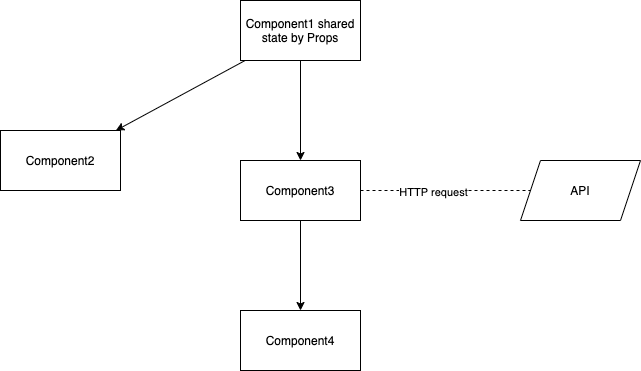
AnthoGdn/labo_redux_vs_react-context keeps this draw.io diagram as doc/shared-with-props.drawio.png. Above is the earlier version. Source tidied: cells renumbered, new cells last; positions are measured from the earlier drawing's top-left corner, leaving out a move shared by most shapes. The source it was exported from:
```xml
<mxGraphModel>
  <root>
    <mxCell id="0" />
    <mxCell id="1" parent="0" />
    <mxCell id="2" style="rounded=0;jettySize=auto;html=1;" parent="1" edge="1" source="4" target="9">
      <mxGeometry relative="1" as="geometry" />
    </mxCell>
    <mxCell id="3" style="edgeStyle=none;rounded=0;jettySize=auto;html=1;" parent="1" edge="1" source="4" target="5">
      <mxGeometry relative="1" as="geometry" />
    </mxCell>
    <mxCell id="4" value="Component1 shared state by Props" style="rounded=0;whiteSpace=wrap;html=1;" parent="1" vertex="1">
      <mxGeometry x="240" width="120" height="60" as="geometry" />
    </mxCell>
    <mxCell id="5" value="Component2" style="rounded=0;whiteSpace=wrap;html=1;" parent="1" vertex="1">
      <mxGeometry y="130" width="120" height="60" as="geometry" />
    </mxCell>
    <mxCell id="6" style="edgeStyle=none;rounded=0;jettySize=auto;html=1;" parent="1" edge="1" source="9" target="10">
      <mxGeometry relative="1" as="geometry" />
    </mxCell>
    <mxCell id="7" style="edgeStyle=none;rounded=0;jettySize=auto;html=1;endArrow=none;endFill=0;dashed=1;" parent="1" edge="1" source="9" target="11">
      <mxGeometry relative="1" as="geometry" />
    </mxCell>
    <mxCell id="8" value="HTTP request" style="edgeLabel;html=1;align=center;verticalAlign=middle;" parent="7" vertex="1">
      <mxGeometry x="-0.15" y="-1" relative="1" as="geometry" />
    </mxCell>
    <mxCell id="9" value="Component3" style="rounded=0;whiteSpace=wrap;html=1;" parent="1" vertex="1">
      <mxGeometry x="240" y="160" width="120" height="60" as="geometry" />
    </mxCell>
    <mxCell id="10" value="Component4" style="rounded=0;whiteSpace=wrap;html=1;" parent="1" vertex="1">
      <mxGeometry x="240" y="310" width="120" height="60" as="geometry" />
    </mxCell>
    <mxCell id="11" value="API" style="shape=parallelogram;perimeter=parallelogramPerimeter;whiteSpace=wrap;html=1;fixedSize=1;" parent="1" vertex="1">
      <mxGeometry x="520" y="160" width="120" height="60" as="geometry" />
    </mxCell>
  </root>
</mxGraphModel>
```
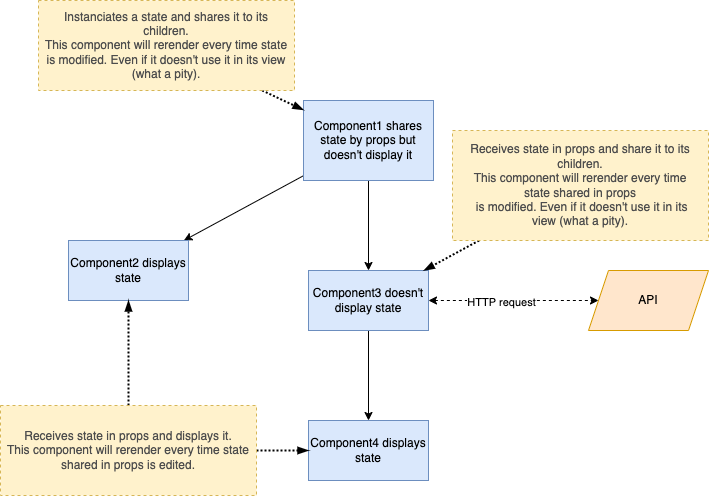
The same diagram one commit later.

What changed in the source:
```diff
@@ -8,29 +8,50 @@
     <mxCell id="3" style="edgeStyle=none;rounded=0;jettySize=auto;html=1;" parent="1" edge="1" source="4" target="5">
       <mxGeometry relative="1" as="geometry" />
     </mxCell>
-    <mxCell id="4" value="Component1 shared state by Props" style="rounded=0;whiteSpace=wrap;html=1;" parent="1" vertex="1">
-      <mxGeometry x="240" width="120" height="60" as="geometry" />
+    <mxCell id="4" value="Component1 shares state by props but doesn't display it" style="rounded=0;whiteSpace=wrap;html=1;fillColor=#dae8fc;strokeColor=#6c8ebf;" parent="1" vertex="1">
+      <mxGeometry x="235" y="-10" width="130" height="80" as="geometry" />
     </mxCell>
-    <mxCell id="5" value="Component2" style="rounded=0;whiteSpace=wrap;html=1;" parent="1" vertex="1">
+    <mxCell id="5" value="Component2 displays state" style="rounded=0;whiteSpace=wrap;html=1;fillColor=#dae8fc;strokeColor=#6c8ebf;" parent="1" vertex="1">
       <mxGeometry y="130" width="120" height="60" as="geometry" />
     </mxCell>
     <mxCell id="6" style="edgeStyle=none;rounded=0;jettySize=auto;html=1;" parent="1" edge="1" source="9" target="10">
       <mxGeometry relative="1" as="geometry" />
     </mxCell>
-    <mxCell id="7" style="edgeStyle=none;rounded=0;jettySize=auto;html=1;endArrow=none;endFill=0;dashed=1;" parent="1" edge="1" source="9" target="11">
+    <mxCell id="7" style="edgeStyle=none;rounded=0;jettySize=auto;html=1;endArrow=classic;endFill=1;dashed=1;startArrow=classic;startFill=1;" parent="1" edge="1" source="9" target="11">
       <mxGeometry relative="1" as="geometry" />
     </mxCell>
     <mxCell id="8" value="HTTP request" style="edgeLabel;html=1;align=center;verticalAlign=middle;" parent="7" vertex="1">
       <mxGeometry x="-0.15" y="-1" relative="1" as="geometry" />
     </mxCell>
-    <mxCell id="9" value="Component3" style="rounded=0;whiteSpace=wrap;html=1;" parent="1" vertex="1">
+    <mxCell id="9" value="Component3 doesn't display state" style="rounded=0;whiteSpace=wrap;html=1;fillColor=#dae8fc;strokeColor=#6c8ebf;" parent="1" vertex="1">
       <mxGeometry x="240" y="160" width="120" height="60" as="geometry" />
     </mxCell>
-    <mxCell id="10" value="Component4" style="rounded=0;whiteSpace=wrap;html=1;" parent="1" vertex="1">
+    <mxCell id="10" value="Component4 displays state" style="rounded=0;whiteSpace=wrap;html=1;fillColor=#dae8fc;strokeColor=#6c8ebf;" parent="1" vertex="1">
       <mxGeometry x="240" y="310" width="120" height="60" as="geometry" />
     </mxCell>
-    <mxCell id="11" value="API" style="shape=parallelogram;perimeter=parallelogramPerimeter;whiteSpace=wrap;html=1;fixedSize=1;" parent="1" vertex="1">
+    <mxCell id="11" value="API" style="shape=parallelogram;perimeter=parallelogramPerimeter;whiteSpace=wrap;html=1;fixedSize=1;fillColor=#ffe6cc;strokeColor=#d79b00;" parent="1" vertex="1">
       <mxGeometry x="520" y="160" width="120" height="60" as="geometry" />
     </mxCell>
+    <mxCell id="12" style="rounded=0;jettySize=auto;html=1;fontColor=#4D4D4D;strokeWidth=2;dashed=1;dashPattern=1 1;endArrow=blockThin;endFill=1;" parent="1" edge="1" source="13" target="4">
+      <mxGeometry relative="1" as="geometry" />
+    </mxCell>
+    <mxCell id="13" value="&lt;span style=&quot;text-align: left&quot;&gt;Instanciates a state and shares it to its children.&lt;/span&gt;&lt;br style=&quot;text-align: left&quot;&gt;&lt;span style=&quot;text-align: left&quot;&gt;This component will rerender every time state is modified. Even if it doesn't use it in its view (what a pity).&lt;/span&gt;" style="rounded=0;whiteSpace=wrap;html=1;fillColor=#fff2cc;strokeColor=#d6b656;dashed=1;fontColor=#4D4D4D;spacingLeft=5;spacingRight=5;" parent="1" vertex="1">
+      <mxGeometry x="-30" y="-110" width="256" height="90" as="geometry" />
+    </mxCell>
+    <mxCell id="14" style="edgeStyle=none;rounded=0;jettySize=auto;html=1;fontColor=#4D4D4D;strokeWidth=2;dashed=1;dashPattern=1 1;endArrow=blockThin;endFill=1;" parent="1" edge="1" source="15" target="9">
+      <mxGeometry relative="1" as="geometry" />
+    </mxCell>
+    <mxCell id="15" value="&lt;span style=&quot;text-align: left&quot;&gt;Receives state in props and share it to its children.&lt;/span&gt;&lt;br style=&quot;text-align: left&quot;&gt;&lt;span style=&quot;text-align: left&quot;&gt;This component will&amp;nbsp;&lt;/span&gt;&lt;span style=&quot;text-align: left&quot;&gt;rerender&lt;/span&gt;&lt;span style=&quot;text-align: left&quot;&gt;&amp;nbsp;every time state&amp;nbsp;&lt;/span&gt;&lt;span style=&quot;text-align: left&quot;&gt;shared in props&lt;/span&gt;&lt;span style=&quot;text-align: left&quot;&gt;&lt;br&gt;&amp;nbsp;is&amp;nbsp;&lt;/span&gt;&lt;span style=&quot;text-align: left&quot;&gt;modified&lt;/span&gt;&lt;span style=&quot;text-align: left&quot;&gt;. Even if it doesn't use it in its view&amp;nbsp;&lt;/span&gt;&lt;span style=&quot;text-align: left&quot;&gt;(what a pity).&lt;/span&gt;&lt;span style=&quot;text-align: left&quot;&gt;&lt;br&gt;&lt;/span&gt;" style="rounded=0;whiteSpace=wrap;html=1;fillColor=#fff2cc;strokeColor=#d6b656;dashed=1;fontColor=#4D4D4D;spacingLeft=5;spacingRight=5;" parent="1" vertex="1">
+      <mxGeometry x="384" y="20" width="256" height="110" as="geometry" />
+    </mxCell>
+    <mxCell id="16" style="edgeStyle=none;rounded=0;jettySize=auto;html=1;fontColor=#4D4D4D;strokeWidth=2;dashed=1;dashPattern=1 1;endArrow=blockThin;endFill=1;" parent="1" edge="1" source="18" target="5">
+      <mxGeometry relative="1" as="geometry" />
+    </mxCell>
+    <mxCell id="17" style="edgeStyle=none;rounded=0;jettySize=auto;html=1;fontColor=#4D4D4D;strokeWidth=2;dashed=1;dashPattern=1 1;endArrow=blockThin;endFill=1;" parent="1" edge="1" source="18" target="10">
+      <mxGeometry relative="1" as="geometry" />
+    </mxCell>
+    <mxCell id="18" value="&lt;span style=&quot;text-align: left&quot;&gt;Receives state in props and displays it.&lt;/span&gt;&lt;br style=&quot;text-align: left&quot;&gt;&lt;span style=&quot;text-align: left&quot;&gt;This component will&amp;nbsp;&lt;/span&gt;&lt;span style=&quot;text-align: left&quot;&gt;rerender&lt;/span&gt;&lt;span style=&quot;text-align: left&quot;&gt;&amp;nbsp;every time state shared in props is edited.&lt;/span&gt;" style="rounded=0;whiteSpace=wrap;html=1;fillColor=#fff2cc;strokeColor=#d6b656;dashed=1;fontColor=#4D4D4D;spacingLeft=5;spacingRight=5;" parent="1" vertex="1">
+      <mxGeometry x="-68" y="295" width="256" height="90" as="geometry" />
+    </mxCell>
   </root>
 </mxGraphModel>
```
